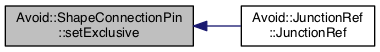
mjwybrow/adaptagrams keeps this Graphviz diagram as documentation/classAvoid_1_1ShapeConnectionPin_aacb578182fb564e199f681447914a124_icgraph.png. Above is the earlier version. Its source is kept beside it as documentation/classAvoid_1_1ShapeConnectionPin_aacb578182fb564e199f681447914a124_icgraph.dot.
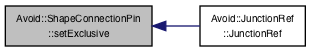
The same file after the commit.

What changed in the source:
```diff
@@ -3,7 +3,7 @@
   edge [fontname="Helvetica",fontsize="10",labelfontname="Helvetica",labelfontsize="10"];
   node [fontname="Helvetica",fontsize="10",shape=record];
   rankdir="LR";
-  Node1 [label="Avoid::ShapeConnectionPin\l::setExclusive",height=0.2,width=0.4,color="black", fillcolor="grey75", style="filled", fontcolor="black"];
-  Node1 -> Node2 [dir="back",color="midnightblue",fontsize="10",style="solid",fontname="Helvetica"];
-  Node2 [label="Avoid::JunctionRef\l::JunctionRef",height=0.2,width=0.4,color="black", fillcolor="white", style="filled",URL="$classAvoid_1_1JunctionRef.html#a6b8f78290d978f0176beb952a161f3d4",tooltip="Junction reference constructor. "];
+  Node59 [label="Avoid::ShapeConnectionPin\l::setExclusive",height=0.2,width=0.4,color="black", fillcolor="grey75", style="filled", fontcolor="black"];
+  Node59 -> Node60 [dir="back",color="midnightblue",fontsize="10",style="solid",fontname="Helvetica"];
+  Node60 [label="Avoid::JunctionRef\l::JunctionRef",height=0.2,width=0.4,color="black", fillcolor="white", style="filled",URL="$classAvoid_1_1JunctionRef.html#a6b8f78290d978f0176beb952a161f3d4",tooltip="Junction reference constructor. "];
 }
```
